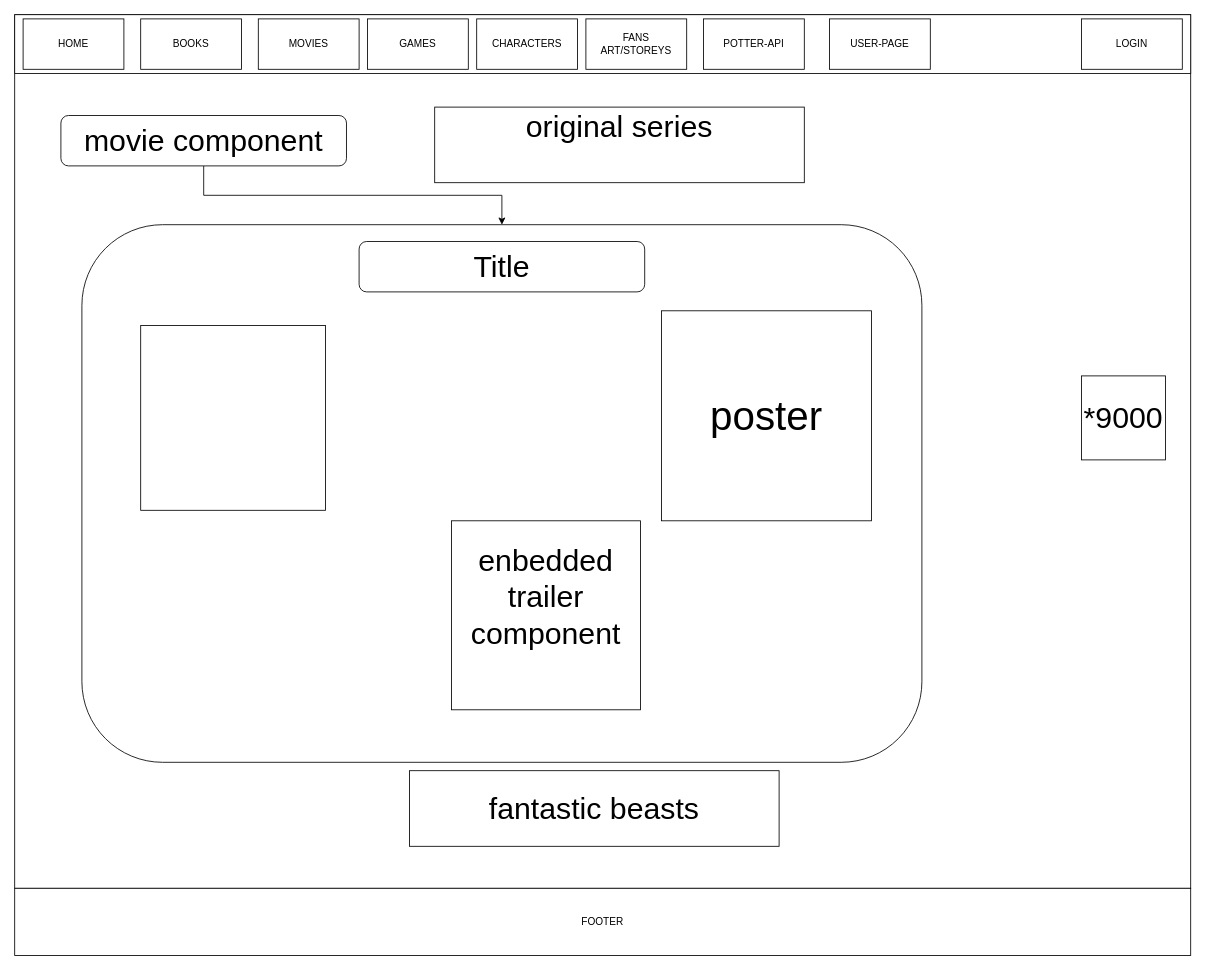
Above: page "MOVIES" (3 of 7) of pseudo/Mock site.drawio in t-bendet/potter-front-end-react (draw.io), before the change. Source tidied: cells renumbered, new cells numbered last; positions are measured from the earlier drawing's top-left corner, leaving out a move shared by most shapes. Both pictures are drawn from the tidied source at 84%, with x=0, y=0 at pixel (14, 14).
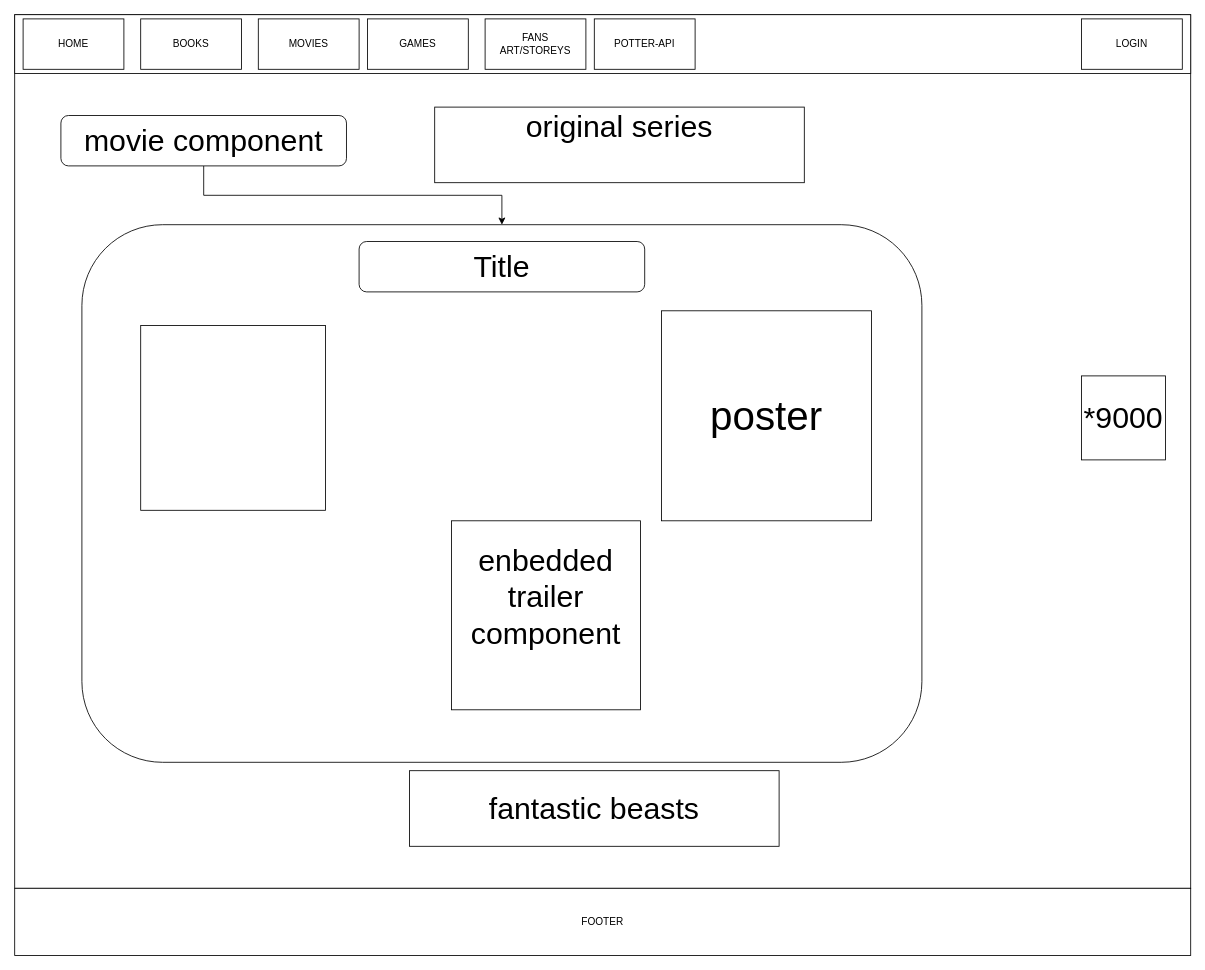
The same page after the edit.

Change to the diagram source:
```diff
@@
-    <mxCell id="8" value="CHARACTERS" style="rounded=0;whiteSpace=wrap;html=1;" parent="1" vertex="1">
-      <mxGeometry x="550" y="5" width="120" height="60" as="geometry" />
-    </mxCell>
@@
     <mxCell id="10" value="FANS ART/STOREYS" style="rounded=0;whiteSpace=wrap;html=1;" parent="1" vertex="1">
-      <mxGeometry x="680" y="5" width="120" height="60" as="geometry" />
+      <mxGeometry x="560" y="5" width="120" height="60" as="geometry" />
     </mxCell>
     <mxCell id="11" value="POTTER-API" style="rounded=0;whiteSpace=wrap;html=1;" parent="1" vertex="1">
-      <mxGeometry x="820" y="5" width="120" height="60" as="geometry" />
+      <mxGeometry x="690" y="5" width="120" height="60" as="geometry" />
     </mxCell>
@@
-    <mxCell id="24" value="USER-PAGE" style="rounded=0;whiteSpace=wrap;html=1;" parent="1" vertex="1">
-      <mxGeometry x="970" y="5" width="120" height="60" as="geometry" />
-    </mxCell>
```
